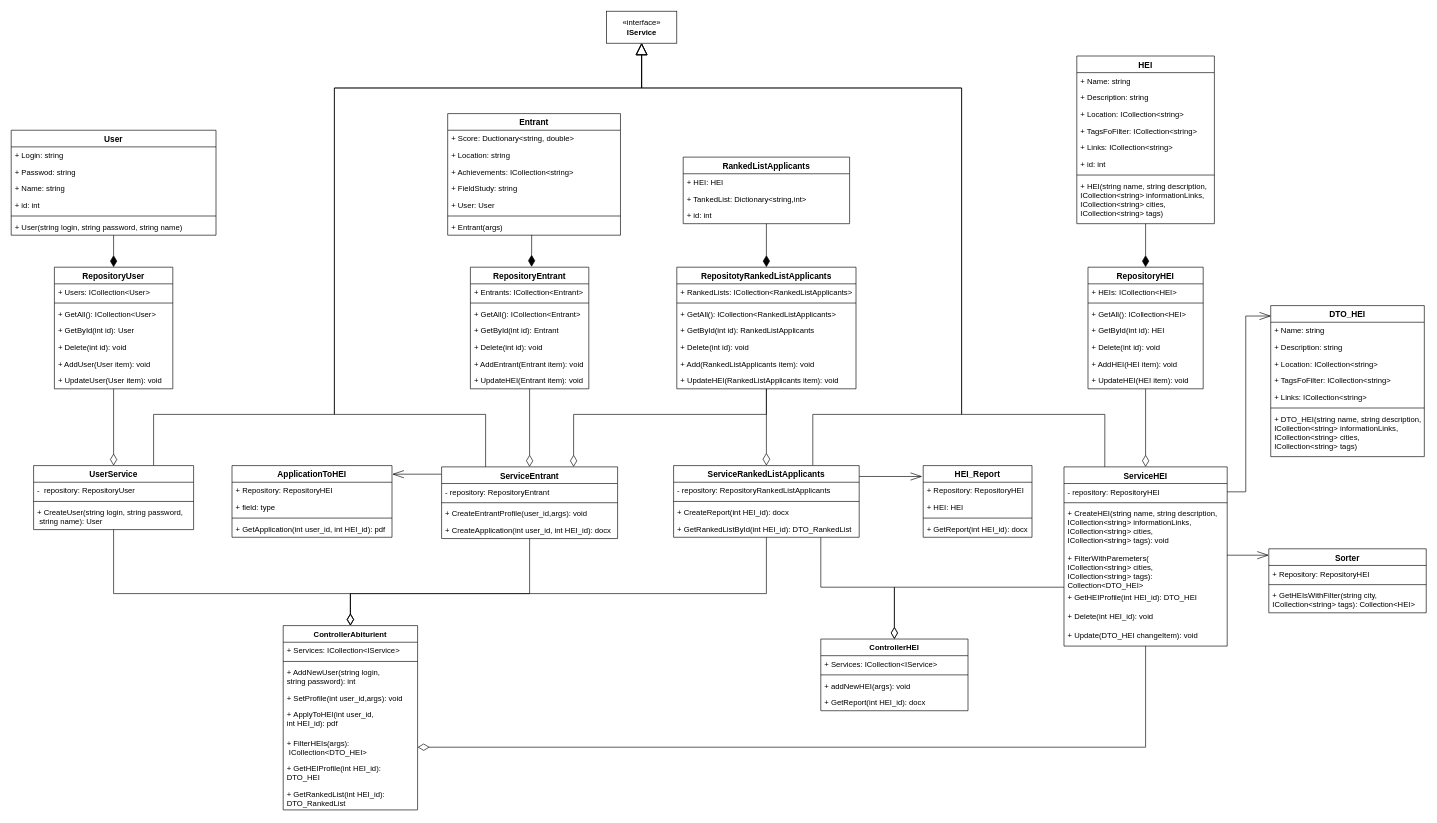
This is page "Page-4" (4 of 4) of Lab4+Prac3/UML-diagrams.drawio from Kr1kyn/Designing-information-and-communication-systems, a draw.io file, before an edit. Source tidied: cells renumbered, new cells numbered last; positions are measured from the earlier drawing's top-left corner, leaving out a move shared by most shapes. Both pictures are drawn from the tidied source at 64%, with x=0, y=0 at pixel (11, 11).
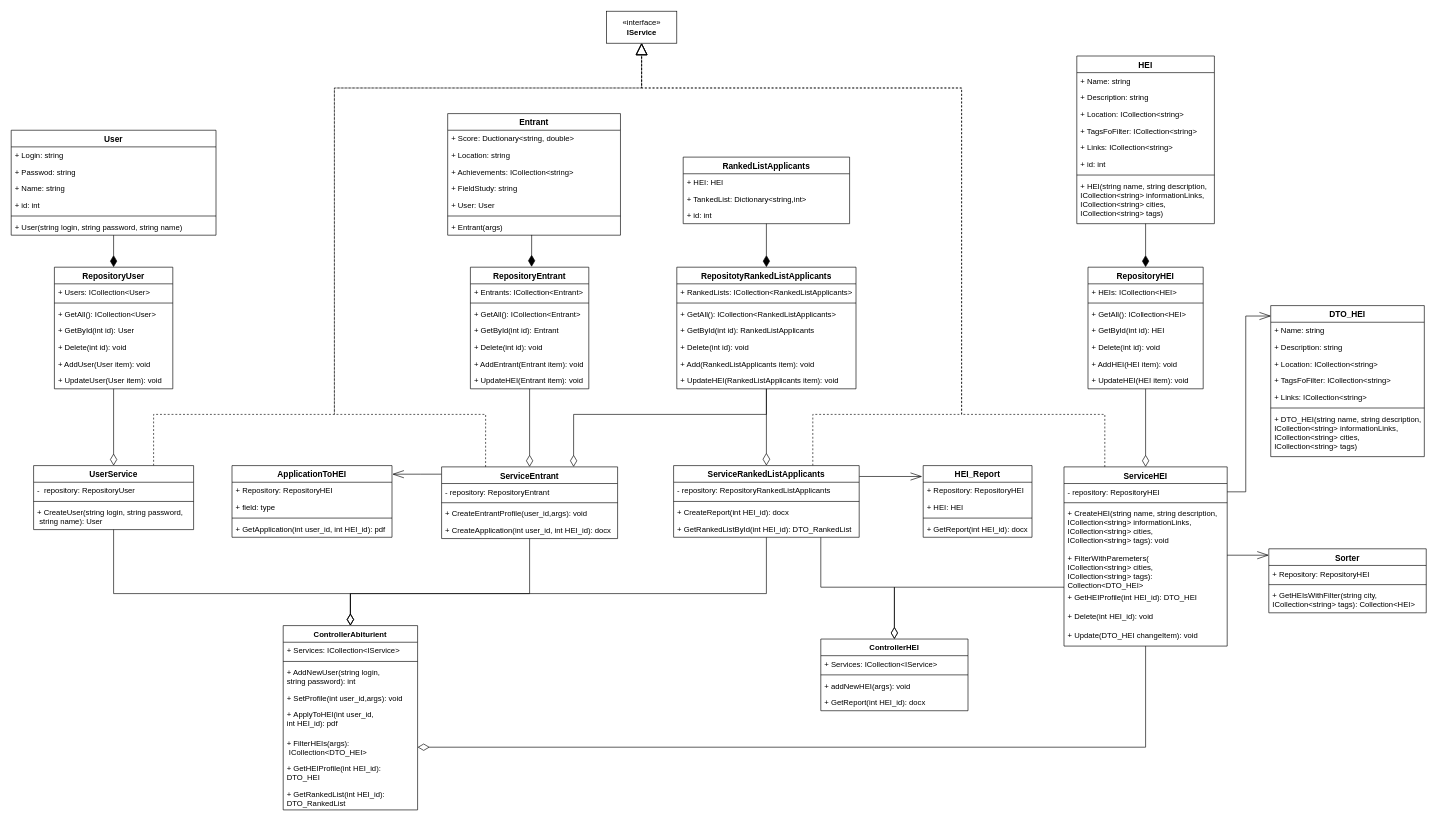
Above is the later version.

The change refers to these unchanged cells:
```xml
<mxCell id="24" value="ServiceEntrant" style="swimlane;fontStyle=1;align=center;verticalAlign=top;horizontal=1;startSize=26;fontSize=13;" parent="1" vertex="1">
  <mxGeometry x="672.5" y="712" width="275" height="112" as="geometry" />
</mxCell>
<mxCell id="40" value="ServiceRankedListApplicants" style="swimlane;fontStyle=1;align=center;verticalAlign=top;horizontal=1;startSize=26;fontSize=13;" parent="1" vertex="1">
  <mxGeometry x="1035" y="710" width="290" height="112" as="geometry" />
</mxCell>
<mxCell id="62" value="ServiceHEI" style="swimlane;fontStyle=1;align=center;verticalAlign=top;horizontal=1;startSize=26;fontSize=13;" parent="1" vertex="1">
  <mxGeometry x="1645" y="712" width="255" height="280" as="geometry" />
</mxCell>
<mxCell id="77" value="UserService" style="swimlane;fontStyle=1;align=center;verticalAlign=top;horizontal=1;startSize=26;fontSize=13;" parent="1" vertex="1">
  <mxGeometry x="35" y="710" width="250" height="100" as="geometry" />
</mxCell>
<mxCell id="122" value="«interface»&lt;br&gt;&lt;b&gt;IService&lt;/b&gt;" style="html=1;" parent="1" vertex="1">
  <mxGeometry x="930" width="110" height="50" as="geometry" />
</mxCell>
```

The edit, as a diff of the source:
```diff
@@
-    <mxCell id="23" style="edgeStyle=orthogonalEdgeStyle;rounded=0;jettySize=auto;html=1;exitX=0.25;exitY=0;exitDx=0;exitDy=0;entryX=0.5;entryY=1;entryDx=0;entryDy=0;startArrow=none;startFill=0;startSize=6;endArrow=block;endFill=0;endSize=16;strokeWidth=1;" parent="1" edge="1" source="24" target="122">
+    <mxCell id="23" style="edgeStyle=orthogonalEdgeStyle;rounded=0;jettySize=auto;html=1;exitX=0.25;exitY=0;exitDx=0;exitDy=0;entryX=0.5;entryY=1;entryDx=0;entryDy=0;startArrow=none;startFill=0;startSize=6;endArrow=block;endFill=0;endSize=16;strokeWidth=1;dashed=1;" parent="1" edge="1" source="24" target="122">
       <mxGeometry relative="1" as="geometry">
         <Array as="points">
           <mxPoint x="741" y="630" />
           <mxPoint x="505" y="630" />
           <mxPoint x="505" y="120" />
           <mxPoint x="985" y="120" />
         </Array>
       </mxGeometry>
     </mxCell>
@@
-    <mxCell id="39" style="edgeStyle=orthogonalEdgeStyle;rounded=0;jettySize=auto;html=1;exitX=0.75;exitY=0;exitDx=0;exitDy=0;entryX=0.5;entryY=1;entryDx=0;entryDy=0;startArrow=none;startFill=0;startSize=6;endArrow=block;endFill=0;endSize=16;strokeWidth=1;" parent="1" edge="1" source="40" target="122">
+    <mxCell id="39" style="edgeStyle=orthogonalEdgeStyle;rounded=0;jettySize=auto;html=1;exitX=0.75;exitY=0;exitDx=0;exitDy=0;entryX=0.5;entryY=1;entryDx=0;entryDy=0;startArrow=none;startFill=0;startSize=6;endArrow=block;endFill=0;endSize=16;strokeWidth=1;dashed=1;" parent="1" edge="1" source="40" target="122">
       <mxGeometry relative="1" as="geometry">
         <Array as="points">
           <mxPoint x="1253" y="630" />
           <mxPoint x="1485" y="630" />
           <mxPoint x="1485" y="120" />
           <mxPoint x="985" y="120" />
         </Array>
       </mxGeometry>
     </mxCell>
@@
-    <mxCell id="61" style="edgeStyle=orthogonalEdgeStyle;rounded=0;jettySize=auto;html=1;exitX=0.25;exitY=0;exitDx=0;exitDy=0;entryX=0.5;entryY=1;entryDx=0;entryDy=0;startArrow=none;startFill=0;startSize=6;endArrow=block;endFill=0;endSize=16;strokeWidth=1;" parent="1" edge="1" source="62" target="122">
+    <mxCell id="61" style="edgeStyle=orthogonalEdgeStyle;rounded=0;jettySize=auto;html=1;exitX=0.25;exitY=0;exitDx=0;exitDy=0;entryX=0.5;entryY=1;entryDx=0;entryDy=0;startArrow=none;startFill=0;startSize=6;endArrow=block;endFill=0;endSize=16;strokeWidth=1;dashed=1;" parent="1" edge="1" source="62" target="122">
       <mxGeometry relative="1" as="geometry">
         <Array as="points">
           <mxPoint x="1709" y="630" />
           <mxPoint x="1485" y="630" />
           <mxPoint x="1485" y="120" />
           <mxPoint x="985" y="120" />
         </Array>
       </mxGeometry>
     </mxCell>
@@
-    <mxCell id="76" style="edgeStyle=orthogonalEdgeStyle;rounded=0;jettySize=auto;html=1;exitX=0.75;exitY=0;exitDx=0;exitDy=0;entryX=0.5;entryY=1;entryDx=0;entryDy=0;startArrow=none;startFill=0;startSize=6;endArrow=block;endFill=0;endSize=16;strokeWidth=1;" parent="1" edge="1" source="77" target="122">
+    <mxCell id="76" style="edgeStyle=orthogonalEdgeStyle;rounded=0;jettySize=auto;html=1;exitX=0.75;exitY=0;exitDx=0;exitDy=0;entryX=0.5;entryY=1;entryDx=0;entryDy=0;startArrow=none;startFill=0;startSize=6;endArrow=block;endFill=0;endSize=16;strokeWidth=1;dashed=1;" parent="1" edge="1" source="77" target="122">
       <mxGeometry relative="1" as="geometry">
         <Array as="points">
           <mxPoint x="223" y="630" />
           <mxPoint x="505" y="630" />
           <mxPoint x="505" y="120" />
           <mxPoint x="985" y="120" />
         </Array>
       </mxGeometry>
     </mxCell>
```
